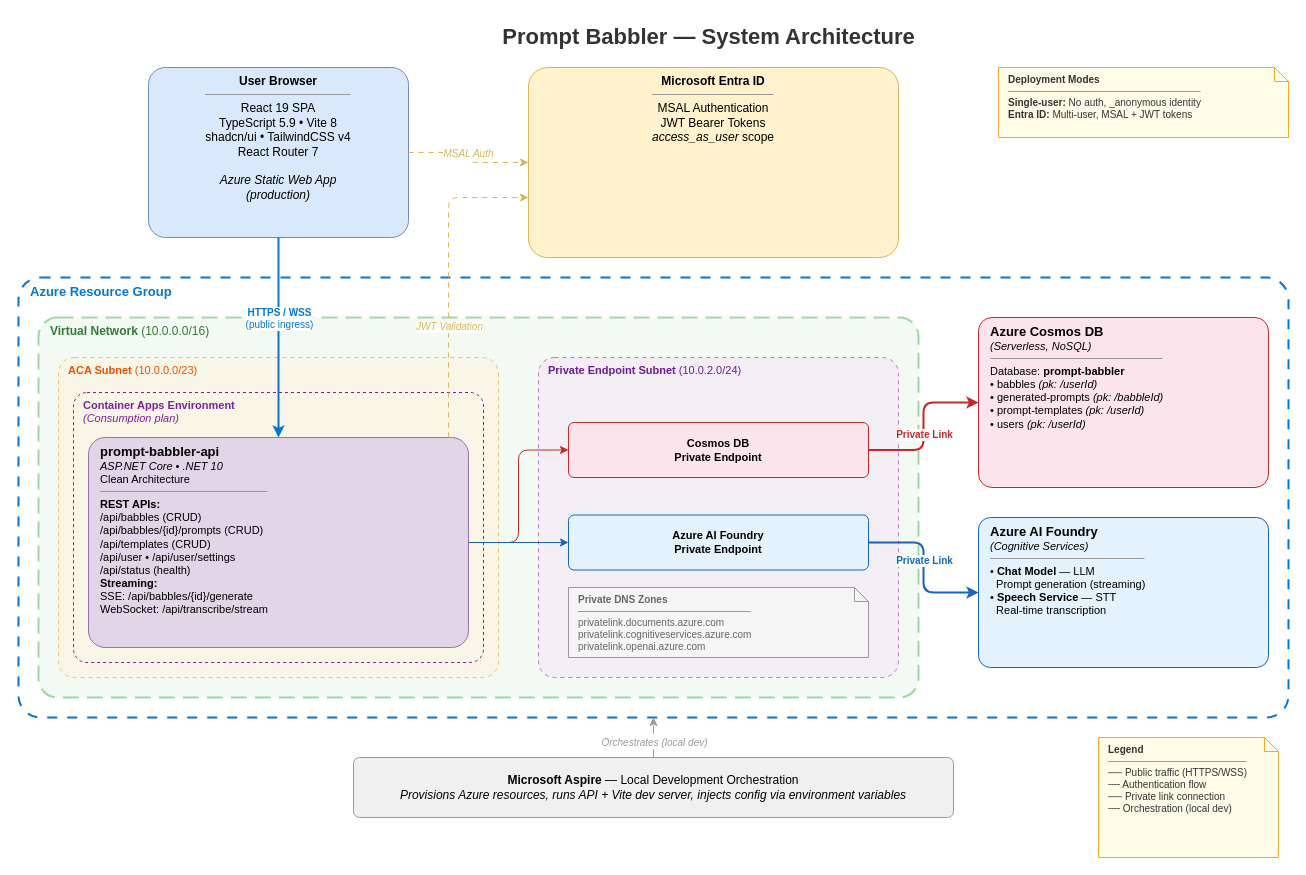
Above: docs/diagrams/architecture.drawio in PlagueHO/prompt-babbler (draw.io), before the change. Source tidied: cells renumbered, new cells numbered last; positions are measured from the earlier drawing's top-left corner, leaving out a move shared by most shapes. Both pictures are drawn from the tidied source at 100%, with x=0, y=0 at pixel (18, 17).
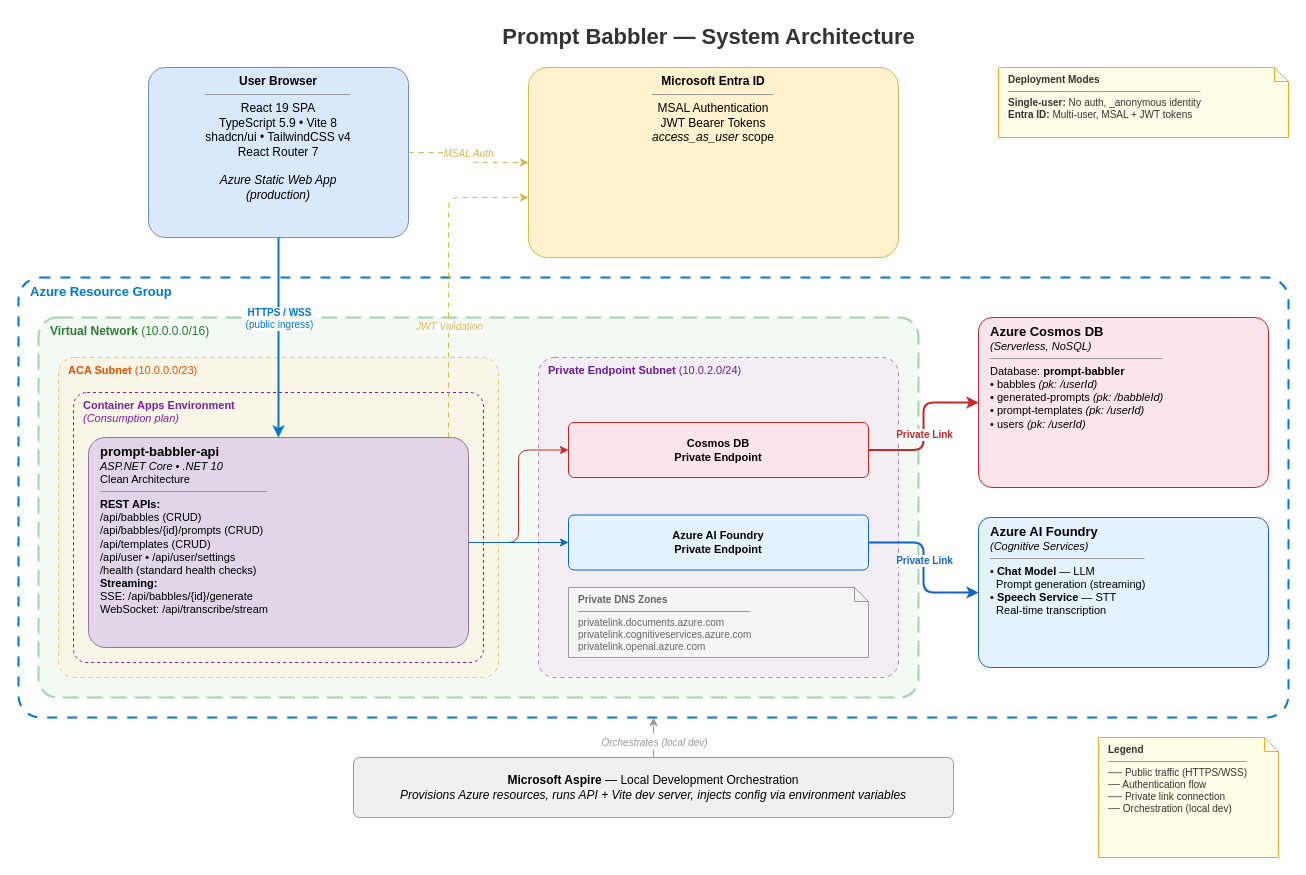
The same page after the edit.

The edit, as a diff of the source:
```diff
@@
-    <mxCell id="9" value="&lt;b style=&quot;font-size:13px;&quot;&gt;prompt-babbler-api&lt;/b&gt;&lt;br&gt;&lt;i&gt;ASP.NET Core &amp;bull; .NET 10&lt;/i&gt;&lt;br&gt;Clean Architecture&lt;br&gt;&lt;hr size=&quot;1&quot;&gt;&lt;b&gt;REST APIs:&lt;/b&gt;&lt;br&gt;/api/babbles (CRUD)&lt;br&gt;/api/babbles/{id}/prompts (CRUD)&lt;br&gt;/api/templates (CRUD)&lt;br&gt;/api/user &amp;bull; /api/user/settings&lt;br&gt;/api/status (health)&lt;br&gt;&lt;b&gt;Streaming:&lt;/b&gt;&lt;br&gt;SSE: /api/babbles/{id}/generate&lt;br&gt;WebSocket: /api/transcribe/stream" style="rounded=1;whiteSpace=wrap;html=1;fillColor=#E1D5E7;strokeColor=#9673A6;arcSize=8;verticalAlign=top;align=left;spacingLeft=10;spacingRight=10;fontSize=11;" parent="1" vertex="1">
+    <mxCell id="9" value="&lt;b style=&quot;font-size:13px;&quot;&gt;prompt-babbler-api&lt;/b&gt;&lt;br&gt;&lt;i&gt;ASP.NET Core &amp;bull; .NET 10&lt;/i&gt;&lt;br&gt;Clean Architecture&lt;br&gt;&lt;hr size=&quot;1&quot;&gt;&lt;b&gt;REST APIs:&lt;/b&gt;&lt;br&gt;/api/babbles (CRUD)&lt;br&gt;/api/babbles/{id}/prompts (CRUD)&lt;br&gt;/api/templates (CRUD)&lt;br&gt;/api/user &amp;bull; /api/user/settings&lt;br&gt;/health (standard health checks)&lt;br&gt;&lt;b&gt;Streaming:&lt;/b&gt;&lt;br&gt;SSE: /api/babbles/{id}/generate&lt;br&gt;WebSocket: /api/transcribe/stream" style="rounded=1;whiteSpace=wrap;html=1;fillColor=#E1D5E7;strokeColor=#9673A6;arcSize=8;verticalAlign=top;align=left;spacingLeft=10;spacingRight=10;fontSize=11;" parent="1" vertex="1">
       <mxGeometry x="70" y="420" width="380" height="210" as="geometry" />
     </mxCell>
```
